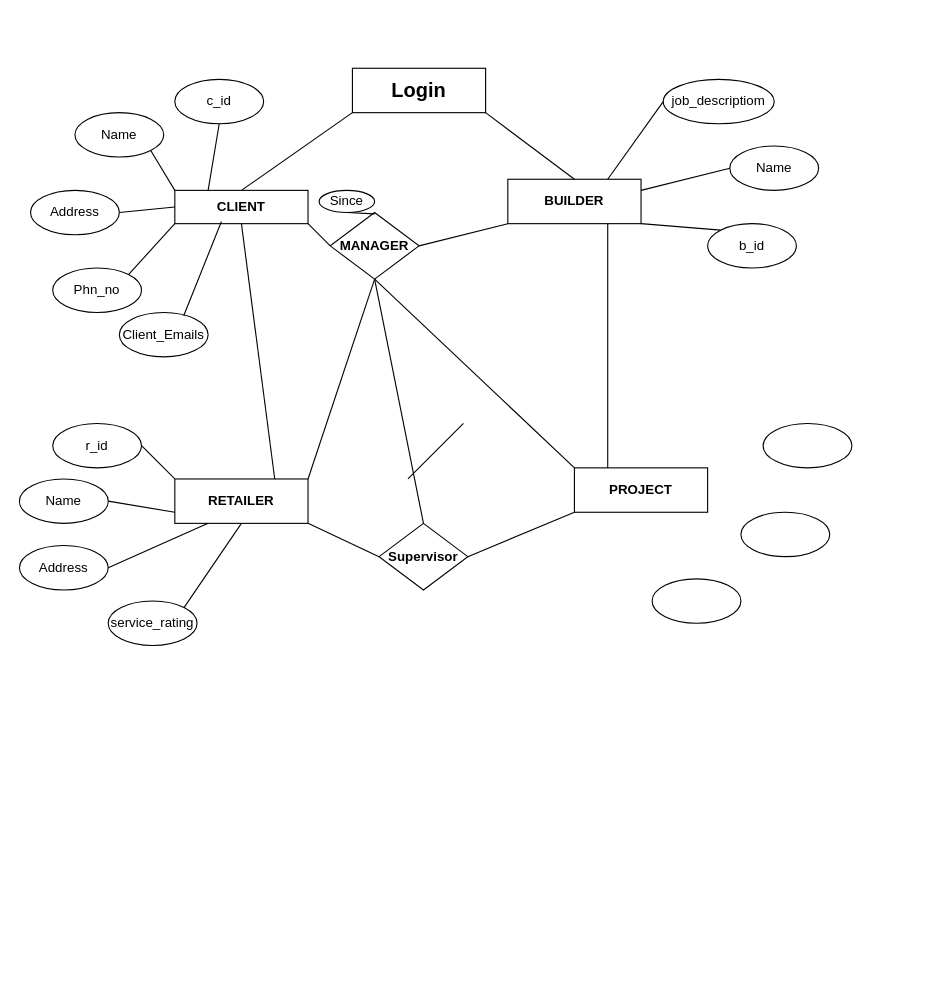
anjana02/Construction_Management_Project keeps this draw.io diagram as ER.drawio. Above is the earlier version. Source tidied: cells renumbered, new cells numbered last; positions are measured from the earlier drawing's top-left corner, leaving out a move shared by most shapes. Both pictures are drawn from the tidied source at 111%, with x=0, y=0 at pixel (19, 68).
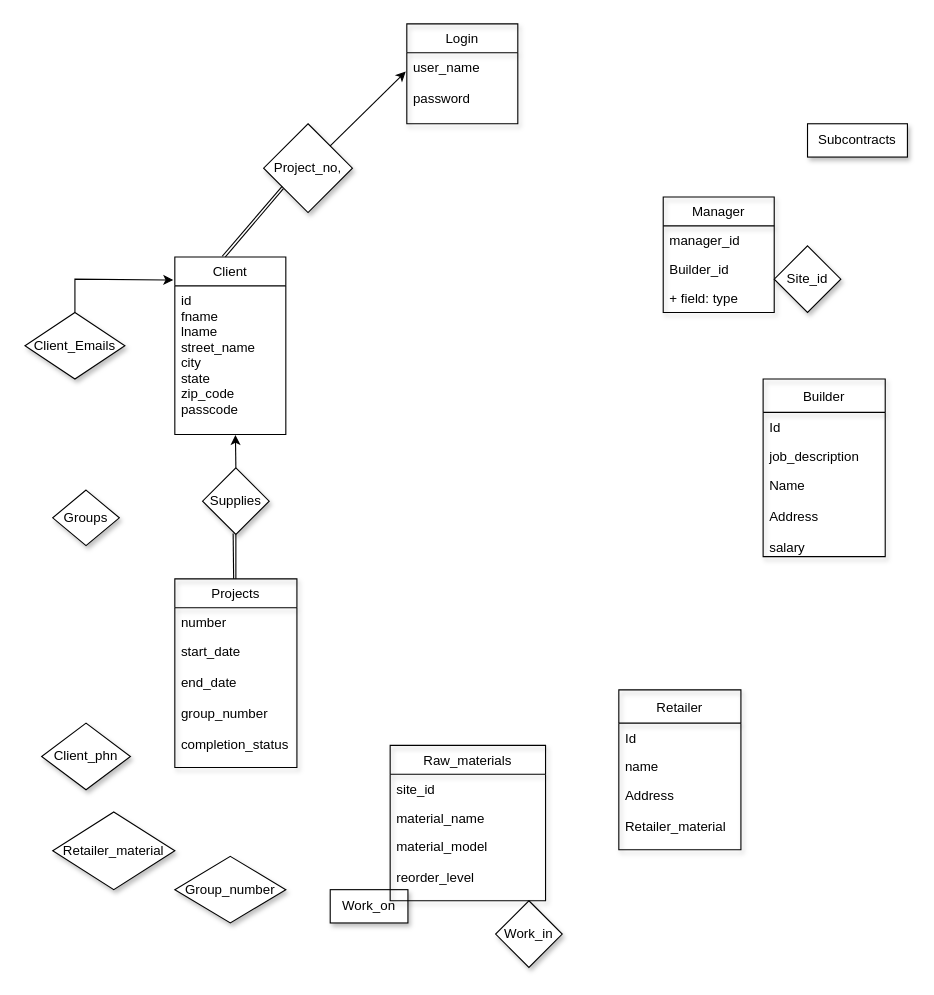
After the change.

Diff of the diagram source:
```diff
@@
-    <mxCell id="2" value="&lt;b&gt;CLIENT&lt;/b&gt;" style="rounded=0;whiteSpace=wrap;html=1;" parent="1" vertex="1">
-      <mxGeometry x="140" y="110" width="120" height="30" as="geometry" />
-    </mxCell>
-    <mxCell id="3" value="&lt;b&gt;BUILDER&lt;/b&gt;" style="rounded=0;whiteSpace=wrap;html=1;" parent="1" vertex="1">
-      <mxGeometry x="440" y="100" width="120" height="40" as="geometry" />
-    </mxCell>
-    <mxCell id="4" value="&lt;b&gt;PROJECT&lt;/b&gt;" style="rounded=0;whiteSpace=wrap;html=1;" parent="1" vertex="1">
-      <mxGeometry x="500" y="360" width="120" height="40" as="geometry" />
-    </mxCell>
-    <mxCell id="5" value="&lt;b&gt;RETAILER&lt;/b&gt;" style="rounded=0;whiteSpace=wrap;html=1;" parent="1" vertex="1">
-      <mxGeometry x="140" y="370" width="120" height="40" as="geometry" />
-    </mxCell>
-    <mxCell id="6" value="c_id" style="ellipse;whiteSpace=wrap;html=1;" parent="1" vertex="1">
-      <mxGeometry x="140" y="10" width="80" height="40" as="geometry" />
-    </mxCell>
-    <mxCell id="7" value="Name" style="ellipse;whiteSpace=wrap;html=1;" parent="1" vertex="1">
-      <mxGeometry x="640" y="70" width="80" height="40" as="geometry" />
-    </mxCell>
-    <mxCell id="8" value="Address" style="ellipse;whiteSpace=wrap;html=1;" parent="1" vertex="1">
-      <mxGeometry x="10" y="110" width="80" height="40" as="geometry" />
-    </mxCell>
-    <mxCell id="9" value="b_id" style="ellipse;whiteSpace=wrap;html=1;" parent="1" vertex="1">
-      <mxGeometry x="620" y="140" width="80" height="40" as="geometry" />
-    </mxCell>
-    <mxCell id="10" value="job_descriptiom" style="ellipse;whiteSpace=wrap;html=1;" parent="1" vertex="1">
-      <mxGeometry x="580" y="10" width="100" height="40" as="geometry" />
-    </mxCell>
-    <mxCell id="11" value="Phn_no" style="ellipse;whiteSpace=wrap;html=1;" parent="1" vertex="1">
-      <mxGeometry x="30" y="180" width="80" height="40" as="geometry" />
-    </mxCell>
-    <mxCell id="12" value="Name" style="ellipse;whiteSpace=wrap;html=1;" parent="1" vertex="1">
-      <mxGeometry x="50" y="40" width="80" height="40" as="geometry" />
-    </mxCell>
-    <mxCell id="13" value="&lt;b&gt;MANAGER&lt;/b&gt;" style="rhombus;whiteSpace=wrap;html=1;" parent="1" vertex="1">
-      <mxGeometry x="280" y="130" width="80" height="60" as="geometry" />
-    </mxCell>
-    <mxCell id="14" value="Since" style="ellipse;whiteSpace=wrap;html=1;" parent="1" vertex="1">
-      <mxGeometry x="270" y="110" width="50" height="20" as="geometry" />
-    </mxCell>
-    <mxCell id="15" style="endArrow=none;html=1;rounded=0;exitX=0;exitY=0.5;exitDx=0;exitDy=0;entryX=1;entryY=0.5;entryDx=0;entryDy=0;" parent="1" edge="1" source="2" target="8">
-      <mxGeometry relative="1" as="geometry" />
-    </mxCell>
-    <mxCell id="16" style="endArrow=none;html=1;rounded=0;exitX=0;exitY=0;exitDx=0;exitDy=0;entryX=1;entryY=1;entryDx=0;entryDy=0;" parent="1" edge="1" source="2" target="12">
-      <mxGeometry relative="1" as="geometry" />
-    </mxCell>
-    <mxCell id="17" style="endArrow=none;html=1;rounded=0;exitX=0.25;exitY=0;exitDx=0;exitDy=0;" parent="1" edge="1" source="2">
-      <mxGeometry relative="1" as="geometry">
-        <mxPoint x="180" y="50" as="targetPoint" />
-      </mxGeometry>
-    </mxCell>
-    <mxCell id="18" style="endArrow=none;html=1;rounded=0;entryX=1;entryY=0;entryDx=0;entryDy=0;" parent="1" edge="1" target="11">
-      <mxGeometry relative="1" as="geometry">
-        <mxPoint x="140" y="140" as="sourcePoint" />
-      </mxGeometry>
-    </mxCell>
-    <mxCell id="19" style="endArrow=none;html=1;rounded=0;exitX=0;exitY=0.5;exitDx=0;exitDy=0;entryX=1;entryY=1;entryDx=0;entryDy=0;" parent="1" edge="1" source="13" target="2">
-      <mxGeometry relative="1" as="geometry" />
-    </mxCell>
-    <mxCell id="20" style="endArrow=none;html=1;rounded=0;exitX=1;exitY=0.5;exitDx=0;exitDy=0;entryX=0;entryY=1;entryDx=0;entryDy=0;" parent="1" edge="1" source="13" target="3">
-      <mxGeometry relative="1" as="geometry" />
-    </mxCell>
-    <mxCell id="21" value="r_id" style="ellipse;whiteSpace=wrap;html=1;" parent="1" vertex="1">
-      <mxGeometry x="30" y="320" width="80" height="40" as="geometry" />
-    </mxCell>
-    <mxCell id="22" value="Name" style="ellipse;whiteSpace=wrap;html=1;" parent="1" vertex="1">
-      <mxGeometry y="370" width="80" height="40" as="geometry" />
-    </mxCell>
-    <mxCell id="23" value="Address" style="ellipse;whiteSpace=wrap;html=1;" parent="1" vertex="1">
-      <mxGeometry y="430" width="80" height="40" as="geometry" />
-    </mxCell>
-    <mxCell id="24" value="service_rating" style="ellipse;whiteSpace=wrap;html=1;" parent="1" vertex="1">
-      <mxGeometry x="80" y="480" width="80" height="40" as="geometry" />
-    </mxCell>
-    <mxCell id="25" style="endArrow=none;html=1;rounded=0;exitX=0;exitY=0;exitDx=0;exitDy=0;entryX=1;entryY=0.5;entryDx=0;entryDy=0;" parent="1" edge="1" source="5" target="21">
-      <mxGeometry relative="1" as="geometry" />
-    </mxCell>
-    <mxCell id="26" style="endArrow=none;html=1;rounded=0;exitX=0;exitY=0.75;exitDx=0;exitDy=0;entryX=1;entryY=0.5;entryDx=0;entryDy=0;" parent="1" edge="1" source="5" target="22">
-      <mxGeometry relative="1" as="geometry" />
-    </mxCell>
-    <mxCell id="27" style="endArrow=none;html=1;rounded=0;exitX=0.25;exitY=1;exitDx=0;exitDy=0;" parent="1" edge="1" source="5">
-      <mxGeometry relative="1" as="geometry">
-        <mxPoint x="80" y="450" as="targetPoint" />
-      </mxGeometry>
-    </mxCell>
-    <mxCell id="28" style="endArrow=none;html=1;rounded=0;exitX=0.5;exitY=1;exitDx=0;exitDy=0;entryX=1;entryY=0;entryDx=0;entryDy=0;" parent="1" edge="1" source="5" target="24">
-      <mxGeometry relative="1" as="geometry" />
-    </mxCell>
-    <mxCell id="29" style="endArrow=none;html=1;rounded=0;exitX=1;exitY=0;exitDx=0;exitDy=0;entryX=0.5;entryY=1;entryDx=0;entryDy=0;" parent="1" edge="1" source="5" target="13">
-      <mxGeometry relative="1" as="geometry" />
-    </mxCell>
-    <mxCell id="30" style="endArrow=none;html=1;rounded=0;exitX=0;exitY=0;exitDx=0;exitDy=0;entryX=0.5;entryY=1;entryDx=0;entryDy=0;" parent="1" edge="1" source="4" target="13">
-      <mxGeometry relative="1" as="geometry" />
-    </mxCell>
-    <mxCell id="31" style="endArrow=none;html=1;rounded=0;exitX=0.75;exitY=0;exitDx=0;exitDy=0;entryX=0.5;entryY=1;entryDx=0;entryDy=0;" parent="1" edge="1" source="5" target="2">
-      <mxGeometry relative="1" as="geometry" />
-    </mxCell>
-    <mxCell id="32" style="endArrow=none;html=1;rounded=0;exitX=0.25;exitY=0;exitDx=0;exitDy=0;entryX=0.75;entryY=1;entryDx=0;entryDy=0;" parent="1" edge="1" source="4" target="3">
-      <mxGeometry relative="1" as="geometry" />
-    </mxCell>
-    <mxCell id="33" style="endArrow=none;html=1;rounded=0;exitX=0.501;exitY=0.02;exitDx=0;exitDy=0;exitPerimeter=0;entryX=0.5;entryY=1;entryDx=0;entryDy=0;" parent="1" edge="1" source="13" target="14">
-      <mxGeometry relative="1" as="geometry" />
-    </mxCell>
-    <mxCell id="34" style="endArrow=none;html=1;rounded=0;exitX=1;exitY=1;exitDx=0;exitDy=0;entryX=0;entryY=0;entryDx=0;entryDy=0;" parent="1" edge="1" source="3" target="9">
-      <mxGeometry relative="1" as="geometry" />
-    </mxCell>
-    <mxCell id="35" style="endArrow=none;html=1;rounded=0;exitX=1;exitY=0.25;exitDx=0;exitDy=0;entryX=0;entryY=0.5;entryDx=0;entryDy=0;" parent="1" edge="1" source="3" target="7">
-      <mxGeometry relative="1" as="geometry" />
-    </mxCell>
-    <mxCell id="36" style="endArrow=none;html=1;rounded=0;exitX=0.75;exitY=0;exitDx=0;exitDy=0;entryX=0;entryY=0.5;entryDx=0;entryDy=0;" parent="1" edge="1" source="3" target="10">
-      <mxGeometry relative="1" as="geometry" />
-    </mxCell>
-    <mxCell id="37" style="ellipse;whiteSpace=wrap;html=1;" parent="1" vertex="1">
-      <mxGeometry x="570" y="460" width="80" height="40" as="geometry" />
-    </mxCell>
-    <mxCell id="38" style="ellipse;whiteSpace=wrap;html=1;" parent="1" vertex="1">
-      <mxGeometry x="650" y="400" width="80" height="40" as="geometry" />
-    </mxCell>
-    <mxCell id="39" style="ellipse;whiteSpace=wrap;html=1;" parent="1" vertex="1">
-      <mxGeometry x="670" y="320" width="80" height="40" as="geometry" />
-    </mxCell>
+    <mxCell id="50" value="Client" style="swimlane;fontStyle=0;horizontal=1;startSize=26;fillColor=none;" parent="1" vertex="1">
+      <mxGeometry x="140" y="170" width="100" height="160" as="geometry" />
+    </mxCell>
+    <mxCell id="51" value="id&#10;fname&#10;lname&#10;street_name&#10;city&#10;state&#10;zip_code&#10;passcode" style="text;strokeColor=none;fillColor=none;align=left;verticalAlign=top;spacingLeft=4;spacingRight=4;overflow=hidden;points=[[0,0.5],[1,0.5]];portConstraint=eastwest;shadow=1;fontStyle=0;" parent="50" vertex="1">
+      <mxGeometry y="26" width="100" height="134" as="geometry" />
+    </mxCell>
+    <mxCell id="52" value="Builder" style="swimlane;fontStyle=0;horizontal=1;startSize=30;fillColor=none;shadow=1;" parent="1" vertex="1">
+      <mxGeometry x="670" y="280" width="110" height="160" as="geometry" />
+    </mxCell>
+    <mxCell id="53" value="Id" style="text;strokeColor=none;fillColor=none;align=left;verticalAlign=top;spacingLeft=4;spacingRight=4;overflow=hidden;shadow=1;" parent="52" vertex="1">
+      <mxGeometry y="30" width="110" height="26" as="geometry" />
+    </mxCell>
+    <mxCell id="54" value="job_description" style="text;strokeColor=none;fillColor=none;align=left;verticalAlign=top;spacingLeft=4;spacingRight=4;overflow=hidden;shadow=1;" parent="52" vertex="1">
+      <mxGeometry y="56" width="110" height="26" as="geometry" />
+    </mxCell>
+    <mxCell id="55" value="Name&#10;&#10;Address&#10;&#10;salary&#10;&#10;" style="text;strokeColor=none;fillColor=none;align=left;verticalAlign=top;spacingLeft=4;spacingRight=4;overflow=hidden;shadow=1;" parent="52" vertex="1">
+      <mxGeometry y="82" width="110" height="78" as="geometry" />
+    </mxCell>
+    <mxCell id="56" value="Retailer" style="swimlane;fontStyle=0;horizontal=1;startSize=30;fillColor=none;shadow=1;" parent="1" vertex="1">
+      <mxGeometry x="540" y="560" width="110" height="144" as="geometry" />
+    </mxCell>
+    <mxCell id="57" value="Id" style="text;strokeColor=none;fillColor=none;align=left;verticalAlign=top;spacingLeft=4;spacingRight=4;overflow=hidden;shadow=1;" parent="56" vertex="1">
+      <mxGeometry y="30" width="110" height="26" as="geometry" />
+    </mxCell>
+    <mxCell id="58" value="name" style="text;strokeColor=none;fillColor=none;align=left;verticalAlign=top;spacingLeft=4;spacingRight=4;overflow=hidden;shadow=1;" parent="56" vertex="1">
+      <mxGeometry y="56" width="110" height="26" as="geometry" />
+    </mxCell>
+    <mxCell id="59" value="Address&#10;&#10;Retailer_material&#10;&#10;" style="text;strokeColor=none;fillColor=none;align=left;verticalAlign=top;spacingLeft=4;spacingRight=4;overflow=hidden;shadow=1;" parent="56" vertex="1">
+      <mxGeometry y="82" width="110" height="62" as="geometry" />
+    </mxCell>
-    <mxCell id="40" value="&lt;b&gt;&lt;font style=&quot;font-size: 18px&quot;&gt;Login&lt;/font&gt;&lt;/b&gt;" style="rounded=0;whiteSpace=wrap;html=1;" parent="1" vertex="1">
-      <mxGeometry x="300" width="120" height="40" as="geometry" />
+    <mxCell id="40" value="Login" style="swimlane;fontStyle=0;horizontal=1;startSize=26;fillColor=none;shadow=1;" parent="1" vertex="1">
+      <mxGeometry x="349" y="-40" width="100" height="90" as="geometry" />
     </mxCell>
-    <mxCell id="41" style="endArrow=none;html=1;rounded=0;fontSize=18;exitX=0;exitY=1;exitDx=0;exitDy=0;entryX=0.5;entryY=0;entryDx=0;entryDy=0;" parent="1" edge="1" source="40" target="2">
-      <mxGeometry relative="1" as="geometry" />
-    </mxCell>
-    <mxCell id="42" style="endArrow=none;html=1;rounded=0;fontSize=18;exitX=1;exitY=1;exitDx=0;exitDy=0;entryX=0.5;entryY=0;entryDx=0;entryDy=0;" parent="1" edge="1" source="40" target="3">
-      <mxGeometry relative="1" as="geometry" />
-    </mxCell>
-    <mxCell id="43" value="&lt;b&gt;Supervisor&lt;/b&gt;" style="rhombus;whiteSpace=wrap;html=1;" parent="1" vertex="1">
-      <mxGeometry x="324" y="410" width="80" height="60" as="geometry" />
-    </mxCell>
+    <mxCell id="60" value="user_name&#10;&#10;password" style="text;strokeColor=none;fillColor=none;align=left;verticalAlign=top;spacingLeft=4;spacingRight=4;overflow=hidden;points=[[0,0.5],[1,0.5]];portConstraint=eastwest;shadow=1;" parent="40" vertex="1">
+      <mxGeometry y="26" width="100" height="64" as="geometry" />
+    </mxCell>
+    <mxCell id="61" value="Manager" style="swimlane;fontStyle=0;horizontal=1;startSize=26;fillColor=none;shadow=1;" parent="1" vertex="1">
+      <mxGeometry x="580" y="116" width="100" height="104" as="geometry" />
+    </mxCell>
+    <mxCell id="62" value="manager_id" style="text;strokeColor=none;fillColor=none;align=left;verticalAlign=top;spacingLeft=4;spacingRight=4;overflow=hidden;shadow=1;" parent="61" vertex="1">
+      <mxGeometry y="26" width="100" height="26" as="geometry" />
+    </mxCell>
+    <mxCell id="63" value="Builder_id" style="text;strokeColor=none;fillColor=none;align=left;verticalAlign=top;spacingLeft=4;spacingRight=4;overflow=hidden;shadow=1;" parent="61" vertex="1">
+      <mxGeometry y="52" width="100" height="26" as="geometry" />
+    </mxCell>
+    <mxCell id="64" value="+ field: type" style="text;strokeColor=none;fillColor=none;align=left;verticalAlign=top;spacingLeft=4;spacingRight=4;overflow=hidden;shadow=1;" parent="61" vertex="1">
+      <mxGeometry y="78" width="100" height="26" as="geometry" />
+    </mxCell>
-    <mxCell id="44" value="Client_Emails" style="ellipse;whiteSpace=wrap;html=1;" parent="1" vertex="1">
-      <mxGeometry x="90" y="220" width="80" height="40" as="geometry" />
+    <mxCell id="44" value="Client_Emails" style="rhombus;whiteSpace=wrap;html=1;shadow=1;" parent="1" vertex="1">
+      <mxGeometry x="5" y="220" width="90" height="60" as="geometry" />
     </mxCell>
-    <mxCell id="45" style="endArrow=none;html=1;rounded=0;exitX=0.725;exitY=0.075;exitDx=0;exitDy=0;entryX=0.35;entryY=0.933;entryDx=0;entryDy=0;entryPerimeter=0;exitPerimeter=0;" parent="1" edge="1" source="44" target="2">
-      <mxGeometry relative="1" as="geometry" />
-    </mxCell>
-    <mxCell id="46" style="endArrow=none;html=1;rounded=0;exitX=0;exitY=0.5;exitDx=0;exitDy=0;entryX=1;entryY=1;entryDx=0;entryDy=0;" parent="1" edge="1" source="43" target="5">
-      <mxGeometry relative="1" as="geometry" />
-    </mxCell>
-    <mxCell id="47" style="endArrow=none;html=1;rounded=0;exitX=0.5;exitY=0;exitDx=0;exitDy=0;entryX=0.5;entryY=1;entryDx=0;entryDy=0;" parent="1" edge="1" source="43" target="13">
-      <mxGeometry relative="1" as="geometry" />
-    </mxCell>
-    <mxCell id="48" style="endArrow=none;html=1;rounded=0;exitX=1;exitY=0.5;exitDx=0;exitDy=0;entryX=0;entryY=1;entryDx=0;entryDy=0;" parent="1" edge="1" source="43" target="4">
-      <mxGeometry relative="1" as="geometry" />
-    </mxCell>
-    <mxCell id="49" style="endArrow=none;html=1;rounded=0;" parent="1" edge="1">
-      <mxGeometry relative="1" as="geometry">
-        <mxPoint x="350" y="370" as="sourcePoint" />
-        <mxPoint x="400" y="320" as="targetPoint" />
-      </mxGeometry>
-    </mxCell>
+    <mxCell id="65" value="Client_phn" style="rhombus;whiteSpace=wrap;html=1;shadow=1;" parent="1" vertex="1">
+      <mxGeometry x="20" y="590" width="80" height="60" as="geometry" />
+    </mxCell>
+    <mxCell id="66" value="Groups" style="rhombus;whiteSpace=wrap;html=1;shadow=1;" parent="1" vertex="1">
+      <mxGeometry x="30" y="380" width="60" height="50" as="geometry" />
+    </mxCell>
+    <mxCell id="67" value="Retailer_material" style="rhombus;whiteSpace=wrap;html=1;shadow=1;" parent="1" vertex="1">
+      <mxGeometry x="30" y="670" width="110" height="70" as="geometry" />
+    </mxCell>
+    <mxCell id="68" value="Group_number" style="rhombus;whiteSpace=wrap;html=1;shadow=1;" parent="1" vertex="1">
+      <mxGeometry x="140" y="710" width="100" height="60" as="geometry" />
+    </mxCell>
+    <mxCell id="69" value="Project_no," style="rhombus;whiteSpace=wrap;html=1;shadow=1;" parent="1" vertex="1">
+      <mxGeometry x="220" y="50" width="80" height="80" as="geometry" />
+    </mxCell>
+    <mxCell id="70" value="Site_id" style="rhombus;whiteSpace=wrap;html=1;shadow=1;" parent="1" vertex="1">
+      <mxGeometry x="680" y="160" width="60" height="60" as="geometry" />
+    </mxCell>
+    <mxCell id="71" value="Supplies" style="rhombus;whiteSpace=wrap;html=1;shadow=1;rotation=0;" parent="1" vertex="1">
+      <mxGeometry x="165" y="360" width="60" height="60" as="geometry" />
+    </mxCell>
+    <mxCell id="72" value="Work_in" style="rhombus;whiteSpace=wrap;html=1;shadow=1;" parent="1" vertex="1">
+      <mxGeometry x="429" y="750" width="60" height="60" as="geometry" />
+    </mxCell>
+    <mxCell id="73" value="Work_on" style="rounded=0;whiteSpace=wrap;html=1;shadow=1;" parent="1" vertex="1">
+      <mxGeometry x="280" y="740" width="70" height="30" as="geometry" />
+    </mxCell>
+    <mxCell id="74" value="Subcontracts" style="rounded=0;whiteSpace=wrap;html=1;shadow=1;" parent="1" vertex="1">
+      <mxGeometry x="710" y="50" width="90" height="30" as="geometry" />
+    </mxCell>
+    <mxCell id="75" value="Raw_materials" style="swimlane;fontStyle=0;horizontal=1;startSize=26;fillColor=none;shadow=1;" parent="1" vertex="1">
+      <mxGeometry x="334" y="610" width="140" height="140" as="geometry" />
+    </mxCell>
+    <mxCell id="76" value="site_id" style="text;strokeColor=none;fillColor=none;align=left;verticalAlign=top;spacingLeft=4;spacingRight=4;overflow=hidden;shadow=1;" parent="75" vertex="1">
+      <mxGeometry y="26" width="140" height="26" as="geometry" />
+    </mxCell>
+    <mxCell id="77" value="material_name" style="text;strokeColor=none;fillColor=none;align=left;verticalAlign=top;spacingLeft=4;spacingRight=4;overflow=hidden;shadow=1;" parent="75" vertex="1">
+      <mxGeometry y="52" width="140" height="26" as="geometry" />
+    </mxCell>
+    <mxCell id="78" value="material_model&#10;&#10;reorder_level" style="text;strokeColor=none;fillColor=none;align=left;verticalAlign=top;spacingLeft=4;spacingRight=4;overflow=hidden;shadow=1;" parent="75" vertex="1">
+      <mxGeometry y="78" width="140" height="62" as="geometry" />
+    </mxCell>
+    <mxCell id="79" style="endArrow=classic;html=1;rounded=0;entryX=-0.01;entryY=0.266;entryDx=0;entryDy=0;entryPerimeter=0;" parent="1" edge="1" target="60">
+      <mxGeometry relative="1" as="geometry">
+        <mxPoint x="280" y="70" as="sourcePoint" />
+      </mxGeometry>
+    </mxCell>
+    <mxCell id="80" style="endArrow=none;html=1;rounded=0;exitX=0.455;exitY=0;exitDx=0;exitDy=0;entryX=0.223;entryY=0.731;entryDx=0;entryDy=0;entryPerimeter=0;exitPerimeter=0;" parent="1" edge="1" source="50" target="69">
+      <mxGeometry relative="1" as="geometry" />
+    </mxCell>
+    <mxCell id="81" style="endArrow=none;html=1;rounded=0;entryX=0.208;entryY=0.706;entryDx=0;entryDy=0;entryPerimeter=0;exitX=0.427;exitY=-0.004;exitDx=0;exitDy=0;exitPerimeter=0;" parent="1" edge="1" source="50" target="69">
+      <mxGeometry relative="1" as="geometry" />
+    </mxCell>
+    <mxCell id="82" value="Projects" style="swimlane;fontStyle=0;horizontal=1;startSize=26;fillColor=none;shadow=1;" parent="1" vertex="1">
+      <mxGeometry x="140" y="460" width="110" height="170" as="geometry" />
+    </mxCell>
+    <mxCell id="83" value="number" style="text;strokeColor=none;fillColor=none;align=left;verticalAlign=top;spacingLeft=4;spacingRight=4;overflow=hidden;shadow=1;" parent="82" vertex="1">
+      <mxGeometry y="26" width="110" height="26" as="geometry" />
+    </mxCell>
+    <mxCell id="84" value="start_date&#10;&#10;end_date&#10;&#10;group_number&#10;&#10;completion_status" style="text;strokeColor=none;fillColor=none;align=left;verticalAlign=top;spacingLeft=4;spacingRight=4;overflow=hidden;shadow=1;" parent="82" vertex="1">
+      <mxGeometry y="52" width="110" height="118" as="geometry" />
+    </mxCell>
+    <mxCell id="85" style="endArrow=classic;html=1;rounded=0;exitX=0.5;exitY=0;exitDx=0;exitDy=0;entryX=-0.014;entryY=0.13;entryDx=0;entryDy=0;entryPerimeter=0;" parent="1" edge="1" source="44" target="50">
+      <mxGeometry relative="1" as="geometry">
+        <Array as="points">
+          <mxPoint x="50" y="190" />
+        </Array>
+      </mxGeometry>
+    </mxCell>
+    <mxCell id="86" style="endArrow=none;html=1;rounded=0;exitX=0.5;exitY=0;exitDx=0;exitDy=0;entryX=0.5;entryY=1;entryDx=0;entryDy=0;" parent="1" edge="1" source="82" target="71">
+      <mxGeometry relative="1" as="geometry" />
+    </mxCell>
+    <mxCell id="87" style="endArrow=none;html=1;rounded=0;entryX=0.459;entryY=0.984;entryDx=0;entryDy=0;entryPerimeter=0;" parent="1" edge="1" target="71">
+      <mxGeometry relative="1" as="geometry">
+        <mxPoint x="193" y="460" as="sourcePoint" />
+      </mxGeometry>
+    </mxCell>
+    <mxCell id="88" style="endArrow=classic;html=1;rounded=0;exitX=0.5;exitY=0;exitDx=0;exitDy=0;entryX=0.546;entryY=1.003;entryDx=0;entryDy=0;entryPerimeter=0;" parent="1" edge="1" source="71" target="51">
+      <mxGeometry relative="1" as="geometry" />
+    </mxCell>
```
